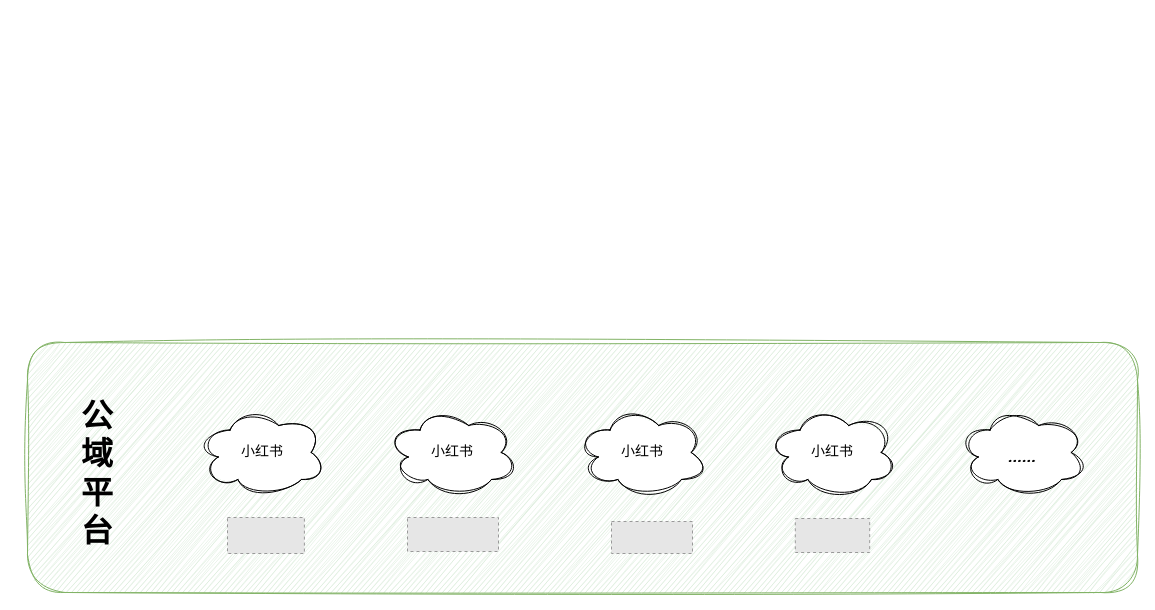
Above: public-domain.drawio in skindhu/9GAG (draw.io), before the change. Source tidied: cells renumbered, new cells numbered last; positions are measured from the earlier drawing's top-left corner, leaving out a move shared by most shapes. Both pictures are drawn from the tidied source at 100%, with x=0, y=0 at pixel (27, 342). Pictures stored in the file or linked from it are replaced by grey dashed boxes.
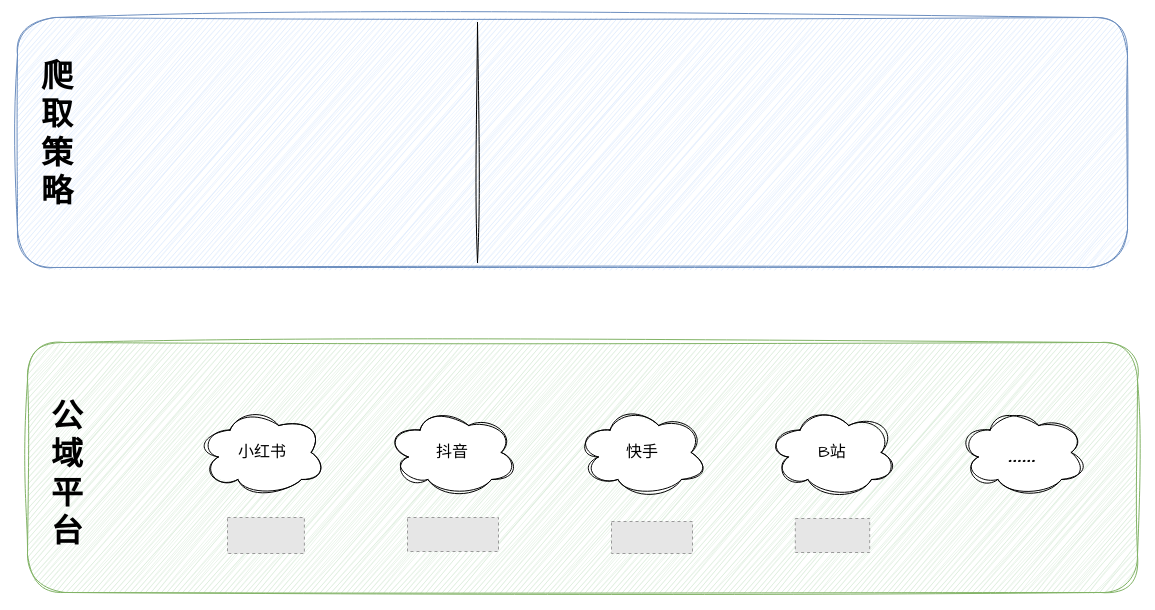
The same page after the edit.

Diff of the diagram source:
```diff
@@
 <mxGraphModel>
   <root>
     <mxCell id="0" />
     <mxCell id="1" parent="0" />
     <mxCell id="2" style="rounded=1;whiteSpace=wrap;html=1;sketch=1;hachureGap=4;jiggle=2;curveFitting=1;fontFamily=Architects Daughter;fillColor=#d5e8d4;strokeColor=#82b366;" parent="1" vertex="1">
       <mxGeometry width="1110" height="250" as="geometry" />
     </mxCell>
-    <mxCell id="3" value="&lt;font style=&quot;font-size: 14px;&quot;&gt;小红书&lt;/font&gt;" style="ellipse;shape=cloud;whiteSpace=wrap;html=1;sketch=1;hachureGap=4;jiggle=2;curveFitting=1;fontFamily=Architects Daughter;" parent="1" vertex="1">
+    <mxCell id="3" value="&lt;font style=&quot;font-size: 16px;&quot;&gt;小红书&lt;/font&gt;" style="ellipse;shape=cloud;whiteSpace=wrap;html=1;sketch=1;hachureGap=4;jiggle=2;curveFitting=1;fontFamily=Architects Daughter;" parent="1" vertex="1">
       <mxGeometry x="170" y="65" width="130" height="90" as="geometry" />
     </mxCell>
     <mxCell id="4" style="fillColor=#E6E6E6;strokeColor=#999999;dashed=1;verticalLabelPosition=bottom;labelBackgroundColor=default;verticalAlign=top;" parent="1" vertex="1">
       <mxGeometry x="200" y="175" width="76.9" height="36" as="geometry" />
     </mxCell>
-    <mxCell id="5" value="&lt;font style=&quot;font-size: 14px;&quot;&gt;小红书&lt;/font&gt;" style="ellipse;shape=cloud;whiteSpace=wrap;html=1;sketch=1;hachureGap=4;jiggle=2;curveFitting=1;fontFamily=Architects Daughter;" parent="1" vertex="1">
+    <mxCell id="5" value="&lt;font style=&quot;font-size: 16px;&quot;&gt;抖音&lt;/font&gt;" style="ellipse;shape=cloud;whiteSpace=wrap;html=1;sketch=1;hachureGap=4;jiggle=2;curveFitting=1;fontFamily=Architects Daughter;" parent="1" vertex="1">
       <mxGeometry x="360" y="65" width="130" height="90" as="geometry" />
     </mxCell>
     <mxCell id="6" style="fillColor=#E6E6E6;strokeColor=#999999;dashed=1;verticalLabelPosition=bottom;labelBackgroundColor=default;verticalAlign=top;" parent="1" vertex="1">
       <mxGeometry x="380" y="175" width="91" height="34" as="geometry" />
     </mxCell>
-    <mxCell id="7" value="&lt;font style=&quot;font-size: 14px;&quot;&gt;小红书&lt;/font&gt;" style="ellipse;shape=cloud;whiteSpace=wrap;html=1;sketch=1;hachureGap=4;jiggle=2;curveFitting=1;fontFamily=Architects Daughter;" parent="1" vertex="1">
+    <mxCell id="7" value="&lt;font style=&quot;font-size: 16px;&quot;&gt;快手&lt;/font&gt;" style="ellipse;shape=cloud;whiteSpace=wrap;html=1;sketch=1;hachureGap=4;jiggle=2;curveFitting=1;fontFamily=Architects Daughter;" parent="1" vertex="1">
       <mxGeometry x="550" y="65" width="130" height="90" as="geometry" />
     </mxCell>
     <mxCell id="8" style="fillColor=#E6E6E6;strokeColor=#999999;dashed=1;verticalLabelPosition=bottom;labelBackgroundColor=default;verticalAlign=top;" parent="1" vertex="1">
       <mxGeometry x="584" y="179" width="81" height="32" as="geometry" />
     </mxCell>
-    <mxCell id="9" value="&lt;font style=&quot;font-size: 14px;&quot;&gt;小红书&lt;/font&gt;" style="ellipse;shape=cloud;whiteSpace=wrap;html=1;sketch=1;hachureGap=4;jiggle=2;curveFitting=1;fontFamily=Architects Daughter;" parent="1" vertex="1">
+    <mxCell id="9" value="&lt;font style=&quot;font-size: 16px;&quot;&gt;B站&lt;/font&gt;" style="ellipse;shape=cloud;whiteSpace=wrap;html=1;sketch=1;hachureGap=4;jiggle=2;curveFitting=1;fontFamily=Architects Daughter;" parent="1" vertex="1">
       <mxGeometry x="740" y="65" width="130" height="90" as="geometry" />
     </mxCell>
     <mxCell id="10" style="fillColor=#E6E6E6;strokeColor=#999999;dashed=1;verticalLabelPosition=bottom;labelBackgroundColor=default;verticalAlign=top;" parent="1" vertex="1">
       <mxGeometry x="767.8" y="176" width="74.4" height="34" as="geometry" />
     </mxCell>
     <mxCell id="11" value="&lt;font style=&quot;font-size: 33px;&quot;&gt;……&lt;/font&gt;" style="ellipse;shape=cloud;whiteSpace=wrap;html=1;sketch=1;hachureGap=4;jiggle=2;curveFitting=1;fontFamily=Architects Daughter;" parent="1" vertex="1">
       <mxGeometry x="930" y="65" width="130" height="90" as="geometry" />
     </mxCell>
     <mxCell id="12" value="公域平台" style="text;html=1;align=center;verticalAlign=middle;whiteSpace=wrap;rounded=0;fontFamily=Architects Daughter;fontSize=32;fontStyle=1;" parent="1" vertex="1">
-      <mxGeometry x="50" y="65" width="40" height="135" as="geometry" />
+      <mxGeometry x="20" y="65" width="40" height="135" as="geometry" />
     </mxCell>
+    <mxCell id="13" style="rounded=1;whiteSpace=wrap;html=1;sketch=1;hachureGap=4;jiggle=2;curveFitting=1;fontFamily=Architects Daughter;fillColor=#dae8fc;strokeColor=#6c8ebf;" parent="1" vertex="1">
+      <mxGeometry x="-10" y="-325" width="1110" height="250" as="geometry" />
+    </mxCell>
+    <mxCell id="14" style="endArrow=none;html=1;rounded=0;sketch=1;hachureGap=4;jiggle=2;curveFitting=1;fontFamily=Architects Daughter;" parent="1" edge="1">
+      <mxGeometry relative="1" as="geometry">
+        <mxPoint x="450" y="-80" as="sourcePoint" />
+        <mxPoint x="450" y="-320" as="targetPoint" />
+      </mxGeometry>
+    </mxCell>
+    <mxCell id="15" value="爬取策略" style="text;html=1;align=center;verticalAlign=middle;whiteSpace=wrap;rounded=0;fontFamily=Architects Daughter;fontSize=32;fontStyle=1;" parent="1" vertex="1">
+      <mxGeometry x="10" y="-275" width="40" height="135" as="geometry" />
+    </mxCell>
   </root>
 </mxGraphModel>
```
